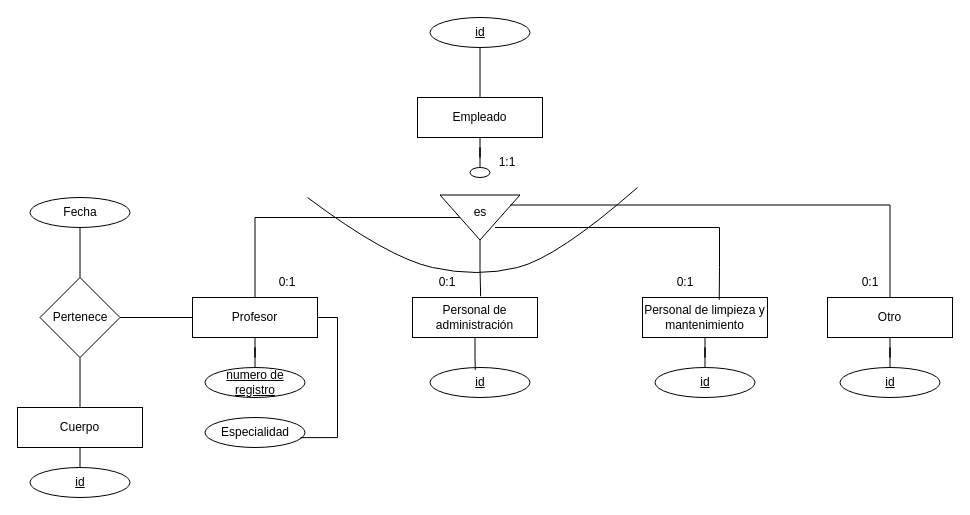
Before: Unidad_1/Tareas/Tarea_8/Sistema Empresa Tecnológica.drawio in OxideVanadium/base_de_datos, a draw.io diagram. Source tidied: cells renumbered, new cells numbered last; positions are measured from the earlier drawing's top-left corner, leaving out a move shared by most shapes. Both pictures are drawn from the tidied source at 100%, with x=0, y=0 at pixel (17, 17).
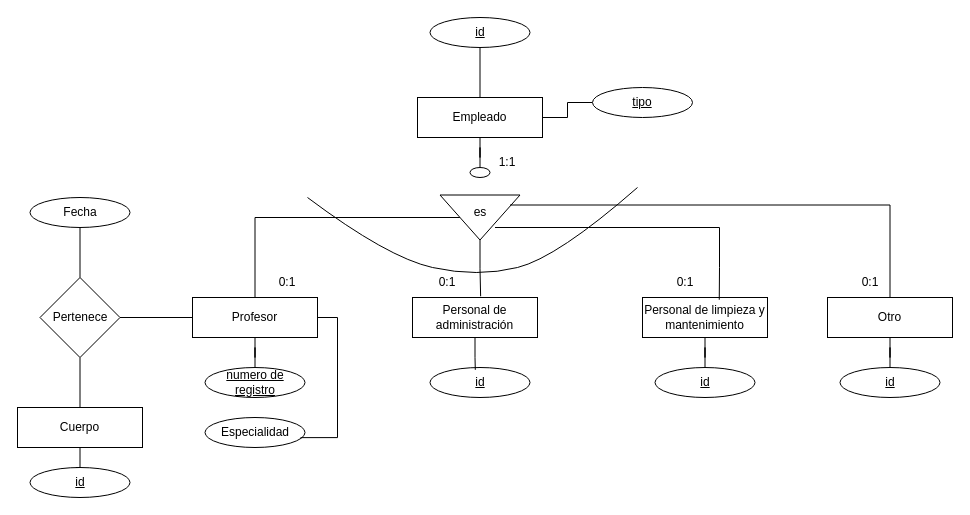
After the change.

The change refers to these unchanged cells:
```xml
<mxCell id="3" value="&lt;div&gt;Empleado&lt;/div&gt;" style="whiteSpace=wrap;html=1;align=center;" parent="1" vertex="1">
  <mxGeometry x="400" y="80" width="125" height="40" as="geometry" />
</mxCell>
```

What changed in the source:
```diff
@@
+    <mxCell id="41" style="edgeStyle=orthogonalEdgeStyle;rounded=0;jettySize=auto;html=1;endArrow=none;endFill=0;" parent="1" edge="1" source="42" target="3">
+      <mxGeometry relative="1" as="geometry" />
+    </mxCell>
+    <mxCell id="42" value="tipo" style="ellipse;whiteSpace=wrap;html=1;align=center;fontStyle=4;" parent="1" vertex="1">
+      <mxGeometry x="575" y="70" width="100" height="30" as="geometry" />
+    </mxCell>
```
